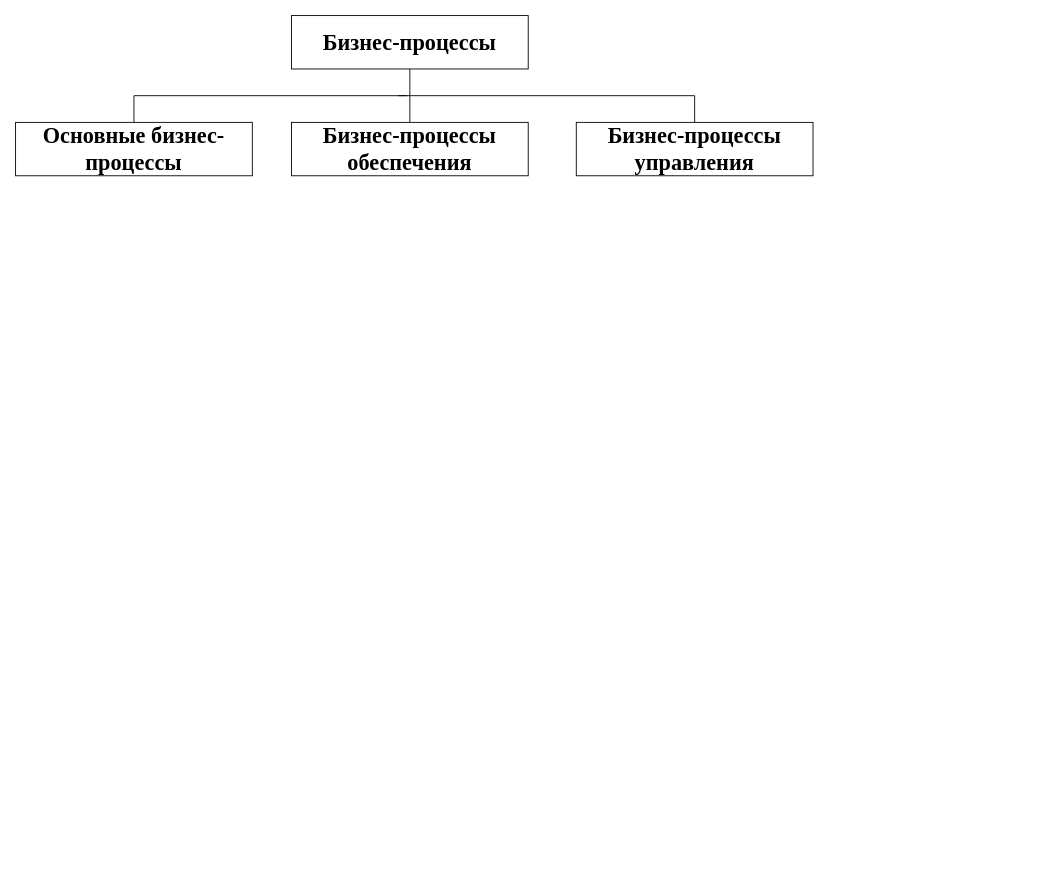
Earlier version of the draw.io diagram ПР02.drawio (Antwan228/GitBush). Source tidied: cells renumbered, new cells numbered last; positions are measured from the earlier drawing's top-left corner, leaving out a move shared by most shapes. Both pictures are drawn from the tidied source at 89%, with x=0, y=0 at pixel (15, 15).
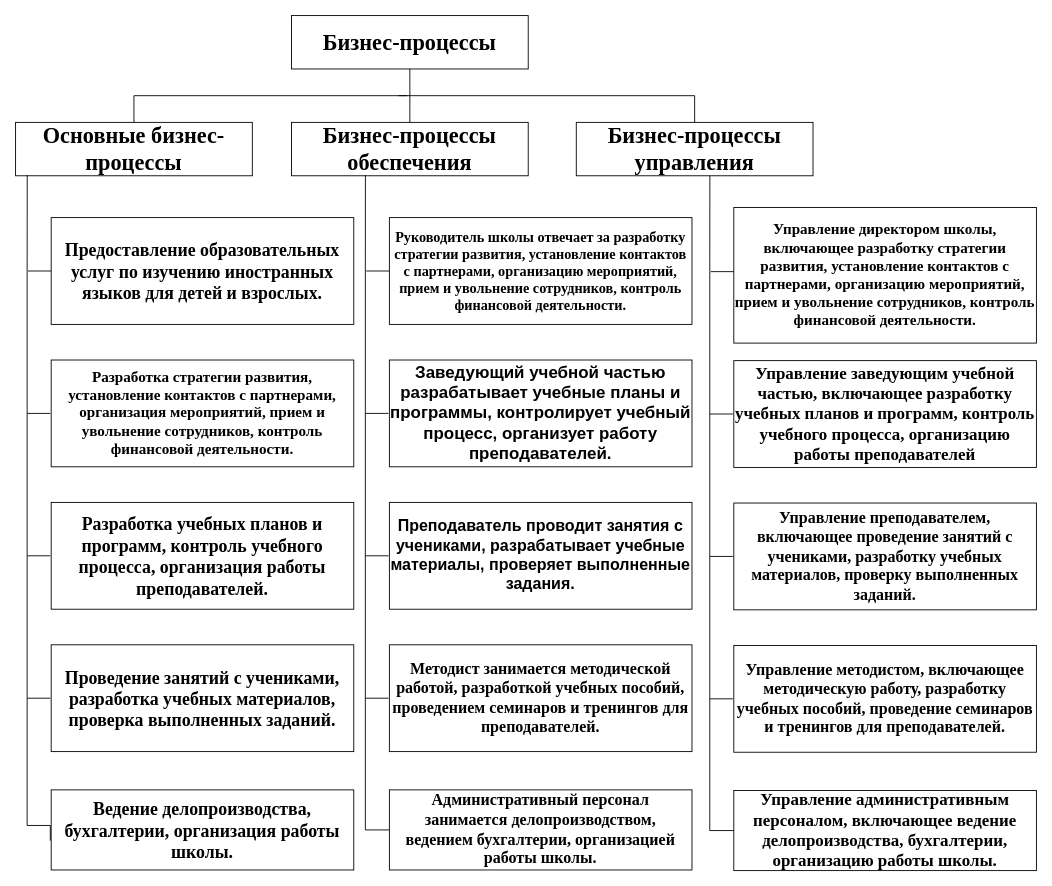
Above is the later version.

Diff of the diagram source:
```diff
@@
+    <mxCell id="9" value="&lt;font style=&quot;font-size: 20px;&quot; face=&quot;Times New Roman&quot;&gt;&lt;b&gt;Предоставление образовательных услуг по изучению иностранных языков для детей и взрослых.&lt;/b&gt;&lt;/font&gt;" style="rounded=0;whiteSpace=wrap;html=1;" parent="1" vertex="1">
+      <mxGeometry x="40" y="227" width="340" height="120" as="geometry" />
+    </mxCell>
+    <mxCell id="10" style="endArrow=none;html=1;rounded=0;entryX=0.098;entryY=1.039;entryDx=0;entryDy=0;entryPerimeter=0;" parent="1" edge="1">
+      <mxGeometry relative="1" as="geometry">
+        <mxPoint x="13" y="287" as="sourcePoint" />
+        <mxPoint x="13.1" y="179.3" as="targetPoint" />
+      </mxGeometry>
+    </mxCell>
+    <mxCell id="11" style="endArrow=none;html=1;rounded=0;" parent="1" edge="1">
+      <mxGeometry relative="1" as="geometry">
+        <mxPoint x="14" y="287" as="sourcePoint" />
+        <mxPoint x="40" y="287" as="targetPoint" />
+      </mxGeometry>
+    </mxCell>
+    <mxCell id="12" value="&lt;font size=&quot;1&quot; style=&quot;&quot; face=&quot;Times New Roman&quot;&gt;&lt;b style=&quot;font-size: 17px;&quot;&gt;Разработка стратегии развития, установление контактов с партнерами, организация мероприятий, прием и увольнение сотрудников, контроль финансовой деятельности.&lt;/b&gt;&lt;/font&gt;" style="rounded=0;whiteSpace=wrap;html=1;" parent="1" vertex="1">
+      <mxGeometry x="40" y="387" width="340" height="120" as="geometry" />
+    </mxCell>
+    <mxCell id="13" style="edgeStyle=segmentEdgeStyle;endArrow=none;html=1;curved=0;rounded=0;endSize=8;startSize=8;entryX=0;entryY=0.5;entryDx=0;entryDy=0;endFill=0;" parent="1" edge="1">
+      <mxGeometry relative="1" as="geometry">
+        <mxPoint x="13" y="447" as="sourcePoint" />
+        <mxPoint x="39" y="607" as="targetPoint" />
+        <Array as="points">
+          <mxPoint x="13" y="607" />
+        </Array>
+      </mxGeometry>
+    </mxCell>
+    <mxCell id="14" style="edgeStyle=segmentEdgeStyle;endArrow=none;html=1;curved=0;rounded=0;endSize=8;startSize=8;entryX=0;entryY=0.5;entryDx=0;entryDy=0;endFill=0;" parent="1" edge="1">
+      <mxGeometry relative="1" as="geometry">
+        <mxPoint x="13" y="287" as="sourcePoint" />
+        <mxPoint x="39" y="447" as="targetPoint" />
+        <Array as="points">
+          <mxPoint x="13" y="447" />
+        </Array>
+      </mxGeometry>
+    </mxCell>
+    <mxCell id="15" value="&lt;font size=&quot;1&quot; face=&quot;Times New Roman&quot; style=&quot;&quot;&gt;&lt;b style=&quot;font-size: 20px;&quot;&gt;Разработка учебных планов и программ, контроль учебного процесса, организация работы преподавателей.&lt;/b&gt;&lt;/font&gt;" style="rounded=0;whiteSpace=wrap;html=1;" parent="1" vertex="1">
+      <mxGeometry x="40" y="547" width="340" height="120" as="geometry" />
+    </mxCell>
+    <mxCell id="16" style="edgeStyle=segmentEdgeStyle;endArrow=none;html=1;curved=0;rounded=0;endSize=8;startSize=8;entryX=0;entryY=0.5;entryDx=0;entryDy=0;endFill=0;" parent="1" edge="1">
+      <mxGeometry relative="1" as="geometry">
+        <mxPoint x="13" y="607" as="sourcePoint" />
+        <mxPoint x="39" y="767" as="targetPoint" />
+        <Array as="points">
+          <mxPoint x="13" y="767" />
+        </Array>
+      </mxGeometry>
+    </mxCell>
+    <mxCell id="17" value="&lt;font style=&quot;font-size: 20px;&quot; face=&quot;Times New Roman&quot;&gt;&lt;b&gt;Проведение занятий с учениками, разработка учебных материалов, проверка выполненных заданий.&lt;/b&gt;&lt;/font&gt;" style="rounded=0;whiteSpace=wrap;html=1;" parent="1" vertex="1">
+      <mxGeometry x="40" y="707" width="340" height="120" as="geometry" />
+    </mxCell>
+    <mxCell id="18" style="edgeStyle=segmentEdgeStyle;endArrow=none;html=1;curved=0;rounded=0;endSize=8;startSize=8;entryX=0;entryY=0.5;entryDx=0;entryDy=0;endFill=0;" parent="1" edge="1">
+      <mxGeometry relative="1" as="geometry">
+        <mxPoint x="13" y="767" as="sourcePoint" />
+        <mxPoint x="39" y="927" as="targetPoint" />
+        <Array as="points">
+          <mxPoint x="13" y="910" />
+          <mxPoint x="39" y="910" />
+        </Array>
+      </mxGeometry>
+    </mxCell>
+    <mxCell id="19" value="&lt;font size=&quot;1&quot; face=&quot;Times New Roman&quot; style=&quot;&quot;&gt;&lt;b style=&quot;font-size: 20px;&quot;&gt;Ведение делопроизводства, бухгалтерии, организация работы школы.&lt;/b&gt;&lt;/font&gt;" style="rounded=0;whiteSpace=wrap;html=1;" parent="1" vertex="1">
+      <mxGeometry x="40" y="870" width="340" height="90" as="geometry" />
+    </mxCell>
+    <mxCell id="20" value="&lt;font size=&quot;1&quot; face=&quot;Times New Roman&quot; style=&quot;&quot;&gt;&lt;b style=&quot;font-size: 16px;&quot;&gt;Руководитель школы отвечает за разработку стратегии развития, установление контактов с партнерами, организацию мероприятий, прием и увольнение сотрудников, контроль финансовой деятельности.&lt;/b&gt;&lt;/font&gt;" style="rounded=0;whiteSpace=wrap;html=1;" parent="1" vertex="1">
+      <mxGeometry x="420" y="227" width="340" height="120" as="geometry" />
+    </mxCell>
+    <mxCell id="21" style="endArrow=none;html=1;rounded=0;entryX=0.098;entryY=1.039;entryDx=0;entryDy=0;entryPerimeter=0;" parent="1" edge="1">
+      <mxGeometry relative="1" as="geometry">
+        <mxPoint x="393" y="287" as="sourcePoint" />
+        <mxPoint x="393.1" y="179.3" as="targetPoint" />
+      </mxGeometry>
+    </mxCell>
+    <mxCell id="22" style="endArrow=none;html=1;rounded=0;" parent="1" edge="1">
+      <mxGeometry relative="1" as="geometry">
+        <mxPoint x="394" y="287" as="sourcePoint" />
+        <mxPoint x="420" y="287" as="targetPoint" />
+      </mxGeometry>
+    </mxCell>
+    <mxCell id="23" value="&lt;font size=&quot;1&quot; style=&quot;&quot;&gt;&lt;b style=&quot;font-size: 19px;&quot;&gt;Заведующий учебной частью разрабатывает учебные планы и программы, контролирует учебный процесс, организует работу преподавателей.&lt;/b&gt;&lt;/font&gt;" style="rounded=0;whiteSpace=wrap;html=1;" parent="1" vertex="1">
+      <mxGeometry x="420" y="387" width="340" height="120" as="geometry" />
+    </mxCell>
+    <mxCell id="24" style="edgeStyle=segmentEdgeStyle;endArrow=none;html=1;curved=0;rounded=0;endSize=8;startSize=8;entryX=0;entryY=0.5;entryDx=0;entryDy=0;endFill=0;" parent="1" edge="1">
+      <mxGeometry relative="1" as="geometry">
+        <mxPoint x="393" y="447" as="sourcePoint" />
+        <mxPoint x="419" y="607" as="targetPoint" />
+        <Array as="points">
+          <mxPoint x="393" y="607" />
+        </Array>
+      </mxGeometry>
+    </mxCell>
+    <mxCell id="25" style="edgeStyle=segmentEdgeStyle;endArrow=none;html=1;curved=0;rounded=0;endSize=8;startSize=8;entryX=0;entryY=0.5;entryDx=0;entryDy=0;endFill=0;" parent="1" edge="1">
+      <mxGeometry relative="1" as="geometry">
+        <mxPoint x="393" y="287" as="sourcePoint" />
+        <mxPoint x="419" y="447" as="targetPoint" />
+        <Array as="points">
+          <mxPoint x="393" y="447" />
+        </Array>
+      </mxGeometry>
+    </mxCell>
+    <mxCell id="26" value="&lt;font size=&quot;1&quot; style=&quot;&quot;&gt;&lt;b style=&quot;font-size: 18px;&quot;&gt;Преподаватель проводит занятия с учениками, разрабатывает учебные материалы, проверяет выполненные задания.&lt;/b&gt;&lt;/font&gt;" style="rounded=0;whiteSpace=wrap;html=1;" parent="1" vertex="1">
+      <mxGeometry x="420" y="547" width="340" height="120" as="geometry" />
+    </mxCell>
+    <mxCell id="27" style="edgeStyle=segmentEdgeStyle;endArrow=none;html=1;curved=0;rounded=0;endSize=8;startSize=8;entryX=0;entryY=0.5;entryDx=0;entryDy=0;endFill=0;" parent="1" edge="1">
+      <mxGeometry relative="1" as="geometry">
+        <mxPoint x="393" y="607" as="sourcePoint" />
+        <mxPoint x="419" y="767" as="targetPoint" />
+        <Array as="points">
+          <mxPoint x="393" y="767" />
+        </Array>
+      </mxGeometry>
+    </mxCell>
+    <mxCell id="28" value="&lt;b&gt;&lt;font style=&quot;font-size: 18px;&quot; face=&quot;Times New Roman&quot;&gt;Методист занимается методической работой, разработкой учебных пособий, проведением семинаров и тренингов для преподавателей.&lt;/font&gt;&lt;/b&gt;" style="rounded=0;whiteSpace=wrap;html=1;" parent="1" vertex="1">
+      <mxGeometry x="420" y="707" width="340" height="120" as="geometry" />
+    </mxCell>
+    <mxCell id="29" style="endArrow=none;html=1;rounded=0;endSize=8;startSize=8;entryX=0;entryY=0.5;entryDx=0;entryDy=0;endFill=0;edgeStyle=orthogonalEdgeStyle;" parent="1" edge="1" target="30">
+      <mxGeometry relative="1" as="geometry">
+        <mxPoint x="393" y="767" as="sourcePoint" />
+        <Array as="points">
+          <mxPoint x="393" y="915" />
+        </Array>
+      </mxGeometry>
+    </mxCell>
+    <mxCell id="30" value="&lt;font style=&quot;font-size: 18px;&quot; face=&quot;Times New Roman&quot;&gt;&lt;b&gt;Административный персонал занимается делопроизводством, ведением бухгалтерии, организацией работы школы.&lt;/b&gt;&lt;/font&gt;" style="rounded=0;whiteSpace=wrap;html=1;" parent="1" vertex="1">
+      <mxGeometry x="420" y="870" width="340" height="90" as="geometry" />
+    </mxCell>
+    <mxCell id="31" value="&lt;font size=&quot;1&quot; face=&quot;Times New Roman&quot;&gt;&lt;b style=&quot;font-size: 17px;&quot;&gt;Управление директором школы, включающее разработку стратегии развития, установление контактов с партнерами, организацию мероприятий, прием и увольнение сотрудников, контроль финансовой деятельности.&lt;/b&gt;&lt;/font&gt;" style="rounded=0;whiteSpace=wrap;html=1;" parent="1" vertex="1">
+      <mxGeometry x="807" y="215.7" width="340" height="152.3" as="geometry" />
+    </mxCell>
+    <mxCell id="32" style="endArrow=none;html=1;rounded=0;entryX=0.098;entryY=1.039;entryDx=0;entryDy=0;entryPerimeter=0;" parent="1" edge="1">
+      <mxGeometry relative="1" as="geometry">
+        <mxPoint x="780" y="287.7" as="sourcePoint" />
+        <mxPoint x="780.1" y="180" as="targetPoint" />
+      </mxGeometry>
+    </mxCell>
+    <mxCell id="33" style="endArrow=none;html=1;rounded=0;" parent="1" edge="1">
+      <mxGeometry relative="1" as="geometry">
+        <mxPoint x="781" y="287.7" as="sourcePoint" />
+        <mxPoint x="807" y="287.7" as="targetPoint" />
+      </mxGeometry>
+    </mxCell>
+    <mxCell id="34" value="&lt;b&gt;&lt;font style=&quot;font-size: 19px;&quot; face=&quot;Times New Roman&quot;&gt;Управление заведующим учебной частью, включающее разработку учебных планов и программ, контроль учебного процесса, организацию работы преподавателей&lt;/font&gt;&lt;/b&gt;" style="rounded=0;whiteSpace=wrap;html=1;" parent="1" vertex="1">
+      <mxGeometry x="807" y="387.7" width="340" height="120" as="geometry" />
+    </mxCell>
+    <mxCell id="35" style="edgeStyle=segmentEdgeStyle;endArrow=none;html=1;curved=0;rounded=0;endSize=8;startSize=8;entryX=0;entryY=0.5;entryDx=0;entryDy=0;endFill=0;" parent="1" edge="1">
+      <mxGeometry relative="1" as="geometry">
+        <mxPoint x="780" y="447.7" as="sourcePoint" />
+        <mxPoint x="806" y="607.7" as="targetPoint" />
+        <Array as="points">
+          <mxPoint x="780" y="607.7" />
+        </Array>
+      </mxGeometry>
+    </mxCell>
+    <mxCell id="36" style="edgeStyle=segmentEdgeStyle;endArrow=none;html=1;curved=0;rounded=0;endSize=8;startSize=8;entryX=0;entryY=0.5;entryDx=0;entryDy=0;endFill=0;" parent="1" edge="1">
+      <mxGeometry relative="1" as="geometry">
+        <mxPoint x="780" y="287.7" as="sourcePoint" />
+        <mxPoint x="806" y="447.7" as="targetPoint" />
+        <Array as="points">
+          <mxPoint x="780" y="447.7" />
+        </Array>
+      </mxGeometry>
+    </mxCell>
+    <mxCell id="37" value="&lt;font size=&quot;1&quot; face=&quot;Times New Roman&quot;&gt;&lt;b style=&quot;font-size: 18px;&quot;&gt;Управление преподавателем, включающее проведение занятий с учениками, разработку учебных материалов, проверку выполненных заданий.&lt;/b&gt;&lt;/font&gt;" style="rounded=0;whiteSpace=wrap;html=1;" parent="1" vertex="1">
+      <mxGeometry x="807" y="547.7" width="340" height="120" as="geometry" />
+    </mxCell>
+    <mxCell id="38" style="edgeStyle=segmentEdgeStyle;endArrow=none;html=1;curved=0;rounded=0;endSize=8;startSize=8;entryX=0;entryY=0.5;entryDx=0;entryDy=0;endFill=0;" parent="1" edge="1">
+      <mxGeometry relative="1" as="geometry">
+        <mxPoint x="780" y="607.7" as="sourcePoint" />
+        <mxPoint x="806" y="767.7" as="targetPoint" />
+        <Array as="points">
+          <mxPoint x="780" y="767.7" />
+        </Array>
+      </mxGeometry>
+    </mxCell>
+    <mxCell id="39" value="&lt;b&gt;&lt;font style=&quot;font-size: 18px;&quot; face=&quot;Times New Roman&quot;&gt;Управление методистом, включающее методическую работу, разработку учебных пособий, проведение семинаров и тренингов для преподавателей.&lt;/font&gt;&lt;/b&gt;" style="rounded=0;whiteSpace=wrap;html=1;" parent="1" vertex="1">
+      <mxGeometry x="807" y="707.7" width="340" height="120" as="geometry" />
+    </mxCell>
+    <mxCell id="40" style="endArrow=none;html=1;rounded=0;endSize=8;startSize=8;entryX=0;entryY=0.5;entryDx=0;entryDy=0;endFill=0;edgeStyle=orthogonalEdgeStyle;" parent="1" edge="1" target="41">
+      <mxGeometry relative="1" as="geometry">
+        <mxPoint x="780" y="767.7" as="sourcePoint" />
+        <Array as="points">
+          <mxPoint x="780" y="915.7" />
+        </Array>
+      </mxGeometry>
+    </mxCell>
+    <mxCell id="41" value="&lt;b&gt;&lt;font style=&quot;font-size: 19px;&quot; face=&quot;Times New Roman&quot;&gt; Управление административным персоналом, включающее ведение делопроизводства, бухгалтерии, организацию работы школы.&lt;/font&gt;&lt;/b&gt;" style="rounded=0;whiteSpace=wrap;html=1;" parent="1" vertex="1">
+      <mxGeometry x="807" y="870.7" width="340" height="90" as="geometry" />
+    </mxCell>
```
